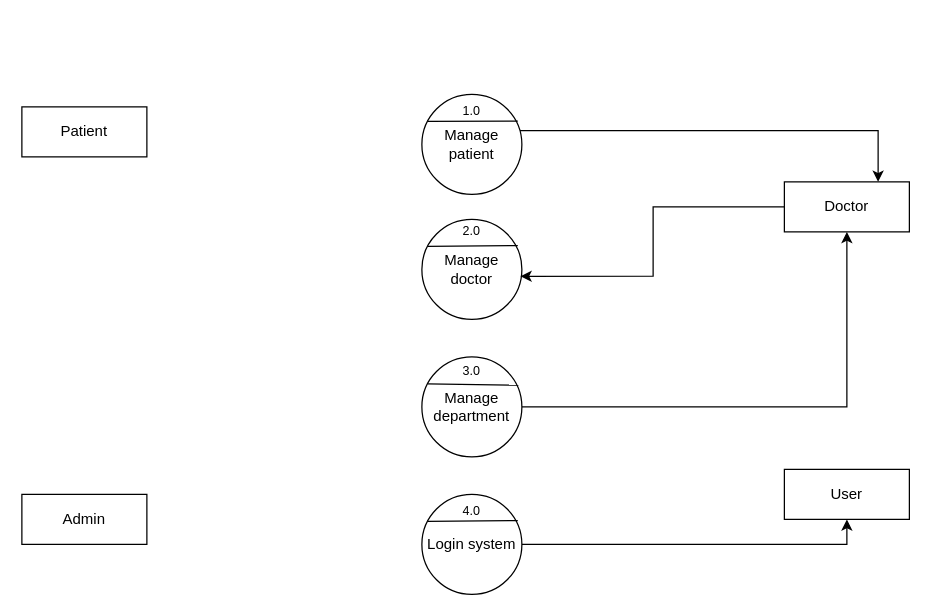
sumangopalani/firstrepo keeps this draw.io diagram as DFD1.drawio. Above is the earlier version. Source tidied: cells renumbered, new cells numbered last; positions are measured from the earlier drawing's top-left corner, leaving out a move shared by most shapes. Both pictures are drawn from the tidied source at 125%, with x=0, y=0 at pixel (21, 91).
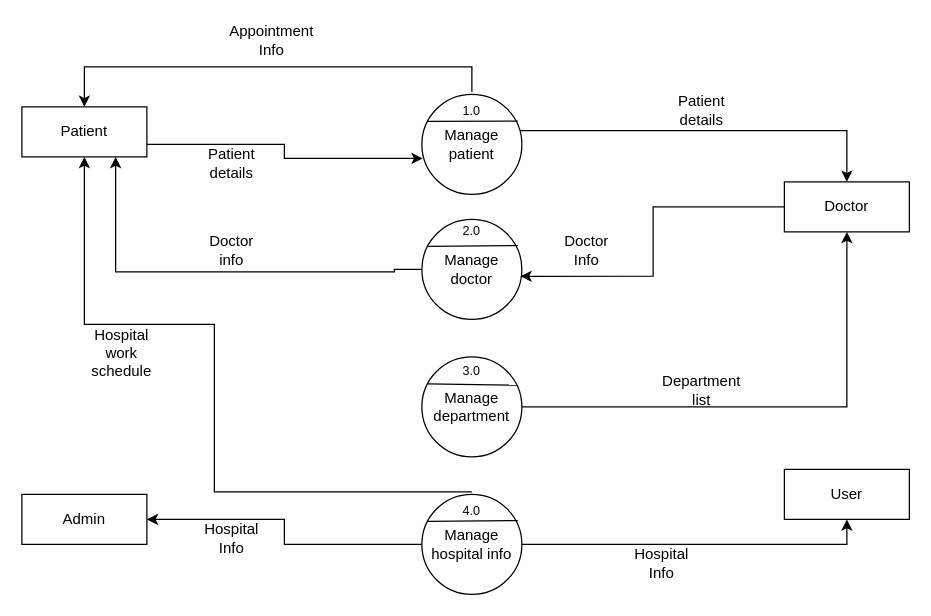
The same page after the edit.

The change refers to these unchanged cells:
```xml
<mxCell id="2" value="Manage doctor" style="ellipse;whiteSpace=wrap;html=1;" parent="1" vertex="1">
  <mxGeometry x="320" y="102" width="80" height="80" as="geometry" />
</mxCell>
<mxCell id="5" value="Manage patient " style="ellipse;whiteSpace=wrap;html=1;" parent="1" vertex="1">
  <mxGeometry x="320" y="2" width="80" height="80" as="geometry" />
</mxCell>
<mxCell id="13" value="Patient" style="rounded=0;whiteSpace=wrap;html=1;" parent="1" vertex="1">
  <mxGeometry y="12" width="100" height="40" as="geometry" />
</mxCell>
<mxCell id="14" value="Admin" style="rounded=0;whiteSpace=wrap;html=1;" parent="1" vertex="1">
  <mxGeometry y="322" width="100" height="40" as="geometry" />
</mxCell>
<mxCell id="16" value="Doctor" style="rounded=0;whiteSpace=wrap;html=1;" parent="1" vertex="1">
  <mxGeometry x="610" y="72" width="100" height="40" as="geometry" />
</mxCell>
<mxCell id="18" value="&lt;font style=&quot;font-size: 10px;&quot;&gt;1.0&lt;/font&gt;" style="text;html=1;align=center;verticalAlign=middle;whiteSpace=wrap;rounded=0;" parent="1" vertex="1">
  <mxGeometry x="330" width="60" height="30" as="geometry" />
</mxCell>
<mxCell id="20" value="&lt;font style=&quot;font-size: 10px;&quot;&gt;4.0&lt;/font&gt;" style="text;html=1;align=center;verticalAlign=middle;whiteSpace=wrap;rounded=0;" parent="1" vertex="1">
  <mxGeometry x="330" y="320" width="60" height="30" as="geometry" />
</mxCell>
```

What changed in the source:
```diff
@@
-    <mxCell id="4" style="edgeStyle=orthogonalEdgeStyle;rounded=0;jettySize=auto;html=1;entryX=0.75;entryY=0;entryDx=0;entryDy=0;exitX=0.98;exitY=0.363;exitDx=0;exitDy=0;exitPerimeter=0;" parent="1" edge="1" source="5" target="16">
+    <mxCell id="4" style="edgeStyle=orthogonalEdgeStyle;rounded=0;jettySize=auto;html=1;entryX=0.5;entryY=0;entryDx=0;entryDy=0;exitX=0.98;exitY=0.363;exitDx=0;exitDy=0;exitPerimeter=0;" parent="1" edge="1" source="5" target="16">
       <mxGeometry relative="1" as="geometry" />
     </mxCell>
@@
+    <mxCell id="22" style="edgeStyle=orthogonalEdgeStyle;rounded=0;jettySize=auto;html=1;entryX=0.5;entryY=1;entryDx=0;entryDy=0;exitX=0.5;exitY=0;exitDx=0;exitDy=0;" parent="1" edge="1" source="20" target="13">
+      <mxGeometry relative="1" as="geometry">
+        <Array as="points">
+          <mxPoint x="154" y="320" />
+          <mxPoint x="154" y="186" />
+          <mxPoint x="50" y="186" />
+        </Array>
+      </mxGeometry>
+    </mxCell>
+    <mxCell id="23" style="edgeStyle=orthogonalEdgeStyle;rounded=0;jettySize=auto;html=1;entryX=0.75;entryY=1;entryDx=0;entryDy=0;exitX=0;exitY=0.5;exitDx=0;exitDy=0;" parent="1" edge="1" source="2" target="13">
+      <mxGeometry relative="1" as="geometry">
+        <Array as="points">
+          <mxPoint x="298" y="142" />
+          <mxPoint x="298" y="144" />
+          <mxPoint x="75" y="144" />
+        </Array>
+      </mxGeometry>
+    </mxCell>
@@
+    <mxCell id="24" style="edgeStyle=orthogonalEdgeStyle;rounded=0;jettySize=auto;html=1;entryX=1;entryY=0.5;entryDx=0;entryDy=0;" parent="1" edge="1" source="11" target="14">
+      <mxGeometry relative="1" as="geometry" />
+    </mxCell>
-    <mxCell id="11" value="Login system" style="ellipse;whiteSpace=wrap;html=1;" parent="1" vertex="1">
+    <mxCell id="11" value="Manage hospital info" style="ellipse;whiteSpace=wrap;html=1;" parent="1" vertex="1">
       <mxGeometry x="320" y="322" width="80" height="80" as="geometry" />
     </mxCell>
@@
+    <mxCell id="25" style="edgeStyle=orthogonalEdgeStyle;rounded=0;jettySize=auto;html=1;entryX=0.5;entryY=0;entryDx=0;entryDy=0;exitX=0.5;exitY=0;exitDx=0;exitDy=0;" parent="1" edge="1" source="18" target="13">
+      <mxGeometry relative="1" as="geometry" />
+    </mxCell>
@@
+    <mxCell id="26" value="Hospital Info" style="text;html=1;align=center;verticalAlign=middle;whiteSpace=wrap;rounded=0;" parent="1" vertex="1">
+      <mxGeometry x="482" y="362" width="60" height="30" as="geometry" />
+    </mxCell>
+    <mxCell id="27" value="Hospital Info" style="text;html=1;align=center;verticalAlign=middle;whiteSpace=wrap;rounded=0;" parent="1" vertex="1">
+      <mxGeometry x="138" y="342" width="60" height="30" as="geometry" />
+    </mxCell>
+    <mxCell id="28" value="Department list" style="text;html=1;align=center;verticalAlign=middle;whiteSpace=wrap;rounded=0;" parent="1" vertex="1">
+      <mxGeometry x="514" y="224" width="60" height="30" as="geometry" />
+    </mxCell>
+    <mxCell id="29" value="Doctor Info" style="text;html=1;align=center;verticalAlign=middle;whiteSpace=wrap;rounded=0;" parent="1" vertex="1">
+      <mxGeometry x="422" y="112" width="60" height="30" as="geometry" />
+    </mxCell>
+    <mxCell id="30" style="edgeStyle=orthogonalEdgeStyle;rounded=0;jettySize=auto;html=1;entryX=0.008;entryY=0.64;entryDx=0;entryDy=0;entryPerimeter=0;" parent="1" edge="1" source="13" target="5">
+      <mxGeometry relative="1" as="geometry">
+        <Array as="points">
+          <mxPoint x="210" y="42" />
+          <mxPoint x="210" y="53" />
+        </Array>
+      </mxGeometry>
+    </mxCell>
+    <mxCell id="31" value="Patient details" style="text;html=1;align=center;verticalAlign=middle;whiteSpace=wrap;rounded=0;" parent="1" vertex="1">
+      <mxGeometry x="138" y="42" width="60" height="30" as="geometry" />
+    </mxCell>
+    <mxCell id="32" value="Appointment Info" style="text;html=1;align=center;verticalAlign=middle;whiteSpace=wrap;rounded=0;" parent="1" vertex="1">
+      <mxGeometry x="170" y="-56" width="60" height="30" as="geometry" />
+    </mxCell>
+    <mxCell id="33" value="Patient details" style="text;html=1;align=center;verticalAlign=middle;whiteSpace=wrap;rounded=0;" parent="1" vertex="1">
+      <mxGeometry x="514" width="60" height="30" as="geometry" />
+    </mxCell>
+    <mxCell id="34" value="Hospital work schedule" style="text;html=1;align=center;verticalAlign=middle;whiteSpace=wrap;rounded=0;" parent="1" vertex="1">
+      <mxGeometry x="50" y="194" width="60" height="30" as="geometry" />
+    </mxCell>
+    <mxCell id="35" value="Doctor info" style="text;html=1;align=center;verticalAlign=middle;whiteSpace=wrap;rounded=0;" parent="1" vertex="1">
+      <mxGeometry x="138" y="112" width="60" height="30" as="geometry" />
+    </mxCell>
```
